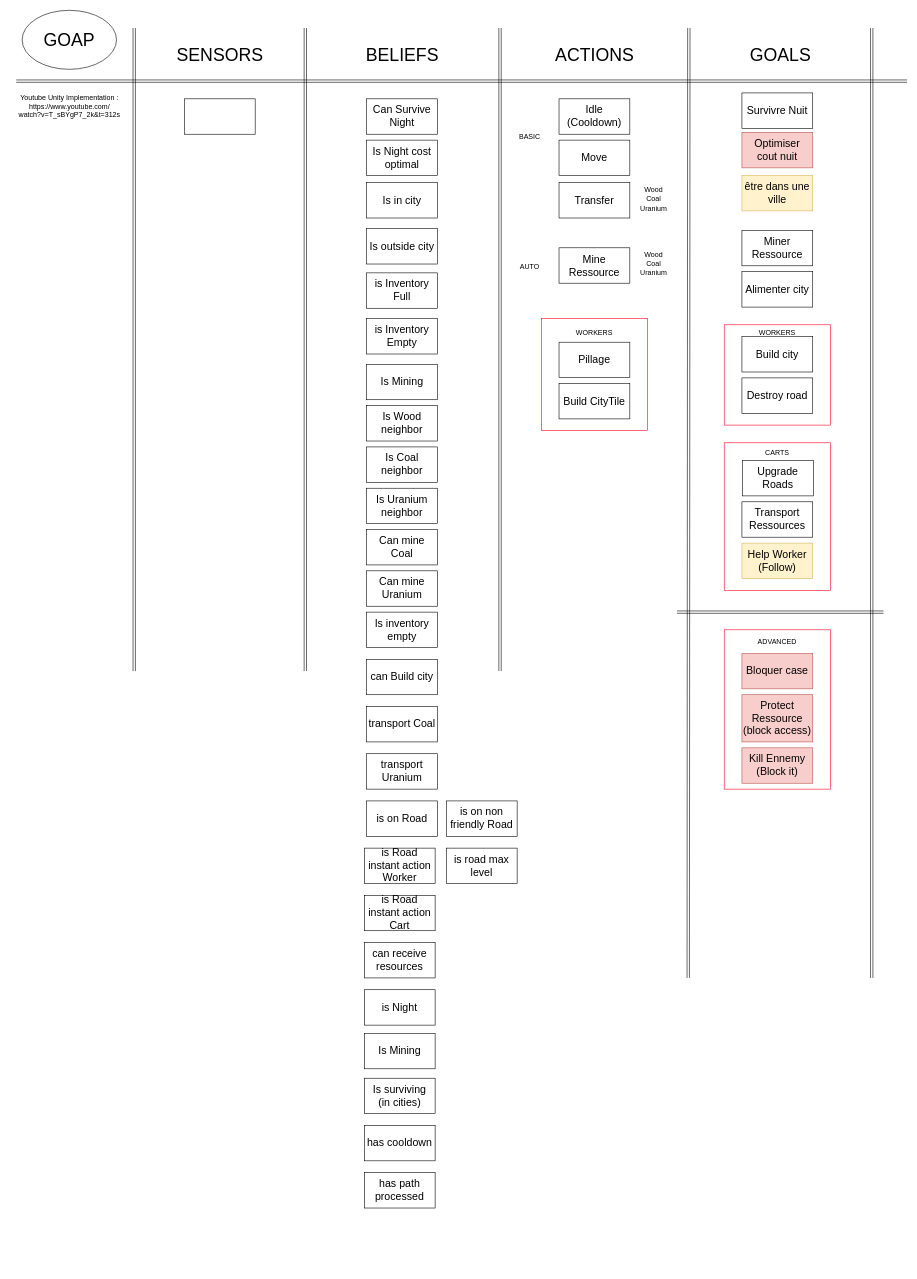
Before: page "Unit" (4 of 6) of sources/lux.drawio in LouisViel/Lux-AI, a draw.io diagram. Source tidied: cells renumbered, new cells numbered last; positions are measured from the earlier drawing's top-left corner, leaving out a move shared by most shapes. Both pictures are drawn from the tidied source at 59%, with x=0, y=0 at pixel (10, 10).
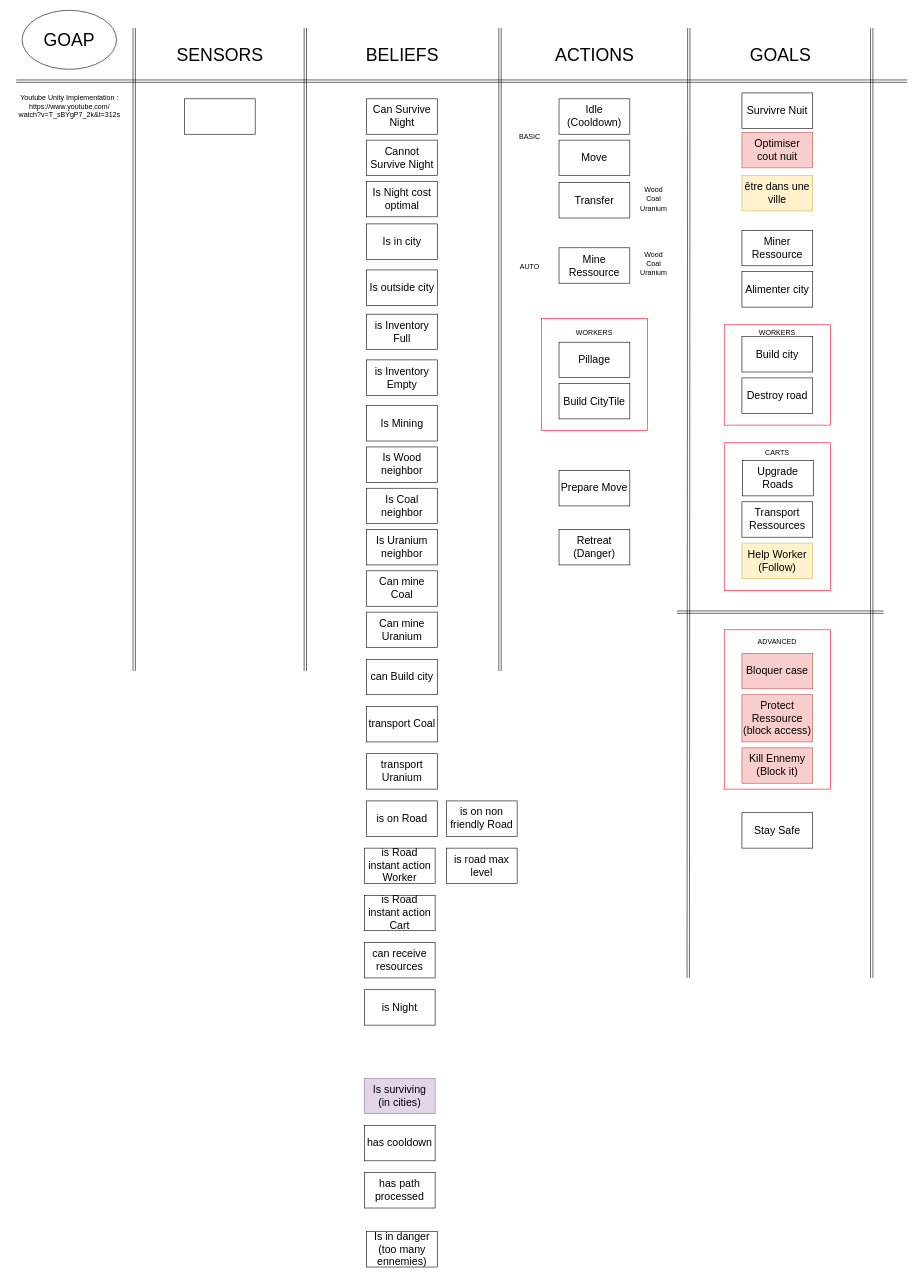
Above is the later version.

What changed in the source:
```diff
@@
     <mxCell id="48" value="Is Night cost optimal" style="whiteSpace=wrap;html=1;fontSize=18;labelBackgroundColor=none;" parent="1" vertex="1">
-      <mxGeometry x="604" y="220" width="120" height="60" as="geometry" />
+      <mxGeometry x="604" y="290" width="120" height="60" as="geometry" />
     </mxCell>
     <mxCell id="49" value="Is in city" style="whiteSpace=wrap;html=1;fontSize=18;labelBackgroundColor=none;" parent="1" vertex="1">
-      <mxGeometry x="604" y="292" width="120" height="60" as="geometry" />
+      <mxGeometry x="604" y="362" width="120" height="60" as="geometry" />
     </mxCell>
     <mxCell id="50" value="is Inventory Full" style="whiteSpace=wrap;html=1;fontSize=18;labelBackgroundColor=none;" parent="1" vertex="1">
-      <mxGeometry x="604" y="445" width="120" height="60" as="geometry" />
+      <mxGeometry x="604" y="515" width="120" height="60" as="geometry" />
     </mxCell>
     <mxCell id="51" value="is Inventory Empty" style="whiteSpace=wrap;html=1;fontSize=18;labelBackgroundColor=none;" parent="1" vertex="1">
-      <mxGeometry x="604" y="522.5" width="120" height="60" as="geometry" />
+      <mxGeometry x="604" y="592.5" width="120" height="60" as="geometry" />
     </mxCell>
     <mxCell id="52" value="Is Mining" style="whiteSpace=wrap;html=1;fontSize=18;labelBackgroundColor=none;" parent="1" vertex="1">
-      <mxGeometry x="604" y="600" width="120" height="60" as="geometry" />
+      <mxGeometry x="604" y="670" width="120" height="60" as="geometry" />
     </mxCell>
     <mxCell id="53" value="Is Coal neighbor" style="whiteSpace=wrap;html=1;fontSize=18;labelBackgroundColor=none;" parent="1" vertex="1">
-      <mxGeometry x="604" y="740" width="120" height="60" as="geometry" />
+      <mxGeometry x="604" y="810" width="120" height="60" as="geometry" />
     </mxCell>
     <mxCell id="54" value="Is Uranium neighbor" style="whiteSpace=wrap;html=1;fontSize=18;labelBackgroundColor=none;" parent="1" vertex="1">
-      <mxGeometry x="604" y="810" width="120" height="60" as="geometry" />
+      <mxGeometry x="604" y="880" width="120" height="60" as="geometry" />
     </mxCell>
     <mxCell id="55" value="Is Wood neighbor" style="whiteSpace=wrap;html=1;fontSize=18;labelBackgroundColor=none;" parent="1" vertex="1">
-      <mxGeometry x="604" y="670" width="120" height="60" as="geometry" />
+      <mxGeometry x="604" y="740" width="120" height="60" as="geometry" />
     </mxCell>
     <mxCell id="56" value="Can mine Coal" style="whiteSpace=wrap;html=1;fontSize=18;labelBackgroundColor=none;" parent="1" vertex="1">
-      <mxGeometry x="604" y="880" width="120" height="60" as="geometry" />
+      <mxGeometry x="604" y="950" width="120" height="60" as="geometry" />
     </mxCell>
     <mxCell id="57" value="Can mine Uranium" style="whiteSpace=wrap;html=1;fontSize=18;labelBackgroundColor=none;" parent="1" vertex="1">
-      <mxGeometry x="604" y="950" width="120" height="60" as="geometry" />
+      <mxGeometry x="604" y="1020" width="120" height="60" as="geometry" />
     </mxCell>
-    <mxCell id="58" value="Is inventory empty" style="whiteSpace=wrap;html=1;fontSize=18;labelBackgroundColor=none;" parent="1" vertex="1">
-      <mxGeometry x="604" y="1020" width="120" height="60" as="geometry" />
-    </mxCell>
     <mxCell id="59" value="Is outside city" style="whiteSpace=wrap;html=1;fontSize=18;labelBackgroundColor=none;" parent="1" vertex="1">
-      <mxGeometry x="604" y="370" width="120" height="60" as="geometry" />
+      <mxGeometry x="604" y="440" width="120" height="60" as="geometry" />
     </mxCell>
@@
-    <mxCell id="68" value="Is Mining" style="whiteSpace=wrap;html=1;fontSize=18;labelBackgroundColor=none;" parent="1" vertex="1">
-      <mxGeometry x="600" y="1734" width="120" height="60" as="geometry" />
-    </mxCell>
-    <mxCell id="69" value="Is surviving&lt;br&gt;(in cities)" style="whiteSpace=wrap;html=1;fontSize=18;labelBackgroundColor=none;" parent="1" vertex="1">
+    <mxCell id="69" value="Is surviving&lt;br&gt;(in cities)" style="whiteSpace=wrap;html=1;fontSize=18;labelBackgroundColor=none;fillColor=#e1d5e7;strokeColor=#9673a6;" parent="1" vertex="1">
       <mxGeometry x="600" y="1810" width="120" height="60" as="geometry" />
     </mxCell>
@@
+    <mxCell id="74" value="Cannot Survive Night" style="whiteSpace=wrap;html=1;fontSize=18;labelBackgroundColor=none;" parent="1" vertex="1">
+      <mxGeometry x="604" y="220" width="120" height="60" as="geometry" />
+    </mxCell>
+    <mxCell id="75" value="Prepare Move" style="whiteSpace=wrap;html=1;fontSize=18;labelBackgroundColor=none;" parent="1" vertex="1">
+      <mxGeometry x="930" y="780" width="120" height="60" as="geometry" />
+    </mxCell>
+    <mxCell id="76" value="Is in danger (too many ennemies)" style="whiteSpace=wrap;html=1;fontSize=18;labelBackgroundColor=none;" parent="1" vertex="1">
+      <mxGeometry x="604" y="2070" width="120" height="60" as="geometry" />
+    </mxCell>
+    <mxCell id="77" value="Retreat&lt;br&gt;(Danger)" style="whiteSpace=wrap;html=1;fontSize=18;labelBackgroundColor=none;" parent="1" vertex="1">
+      <mxGeometry x="930" y="880" width="120" height="60" as="geometry" />
+    </mxCell>
+    <mxCell id="78" value="Stay Safe" style="whiteSpace=wrap;html=1;fontSize=18;labelBackgroundColor=none;" parent="1" vertex="1">
+      <mxGeometry x="1240" y="1360" width="120" height="60" as="geometry" />
+    </mxCell>
```
